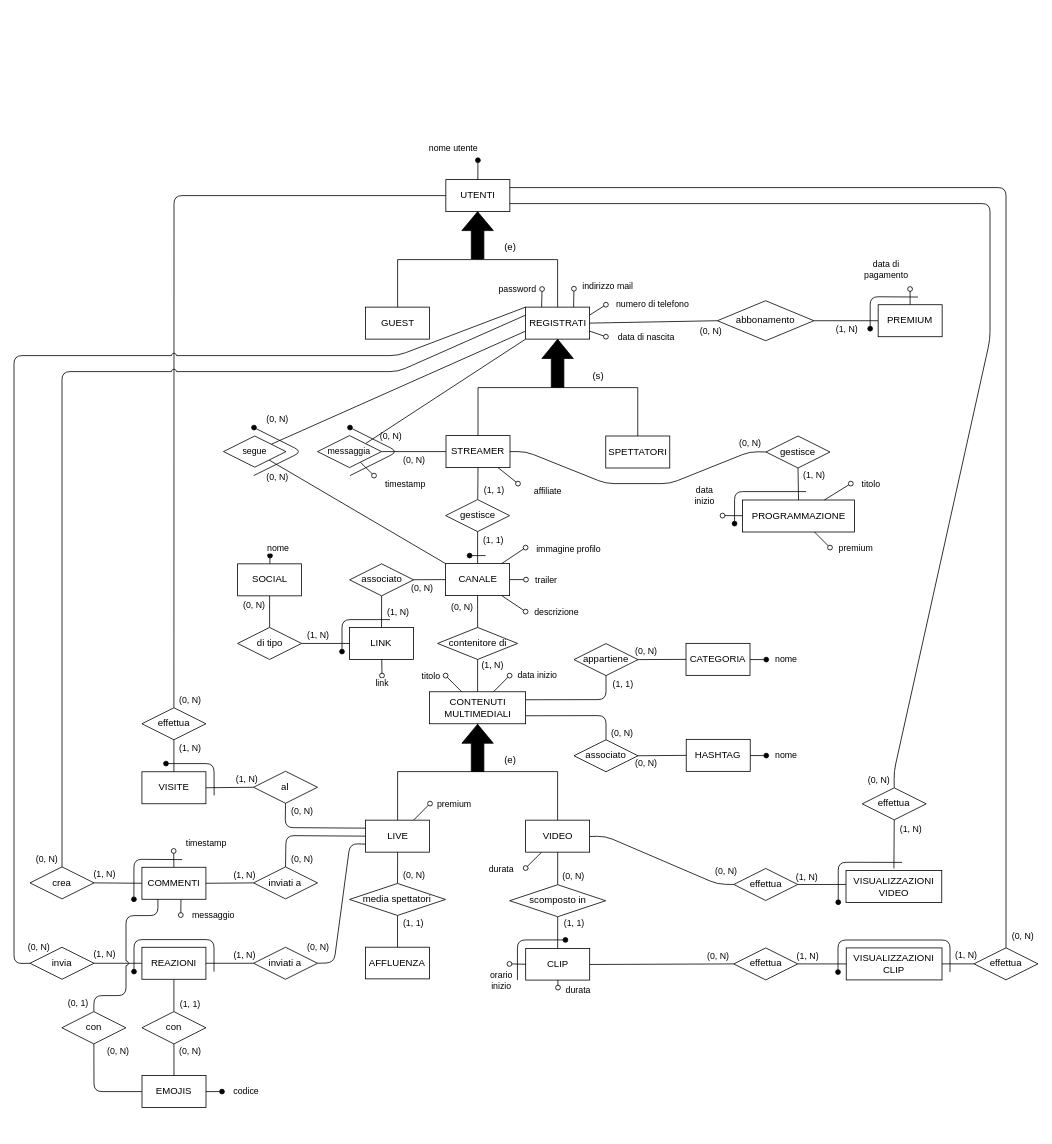
Above: Progetto Esame - DBSperimentazioni A.A. 2023-2024/Diagrammi/1.5 Schema E-R.drawio in Mattron2000/Basi_di_dati (draw.io), before the change. Source tidied: cells renumbered, new cells numbered last; positions are measured from the earlier drawing's top-left corner, leaving out a move shared by most shapes. Both pictures are drawn from the tidied source at 80%, with x=0, y=0 at pixel (14, 160).
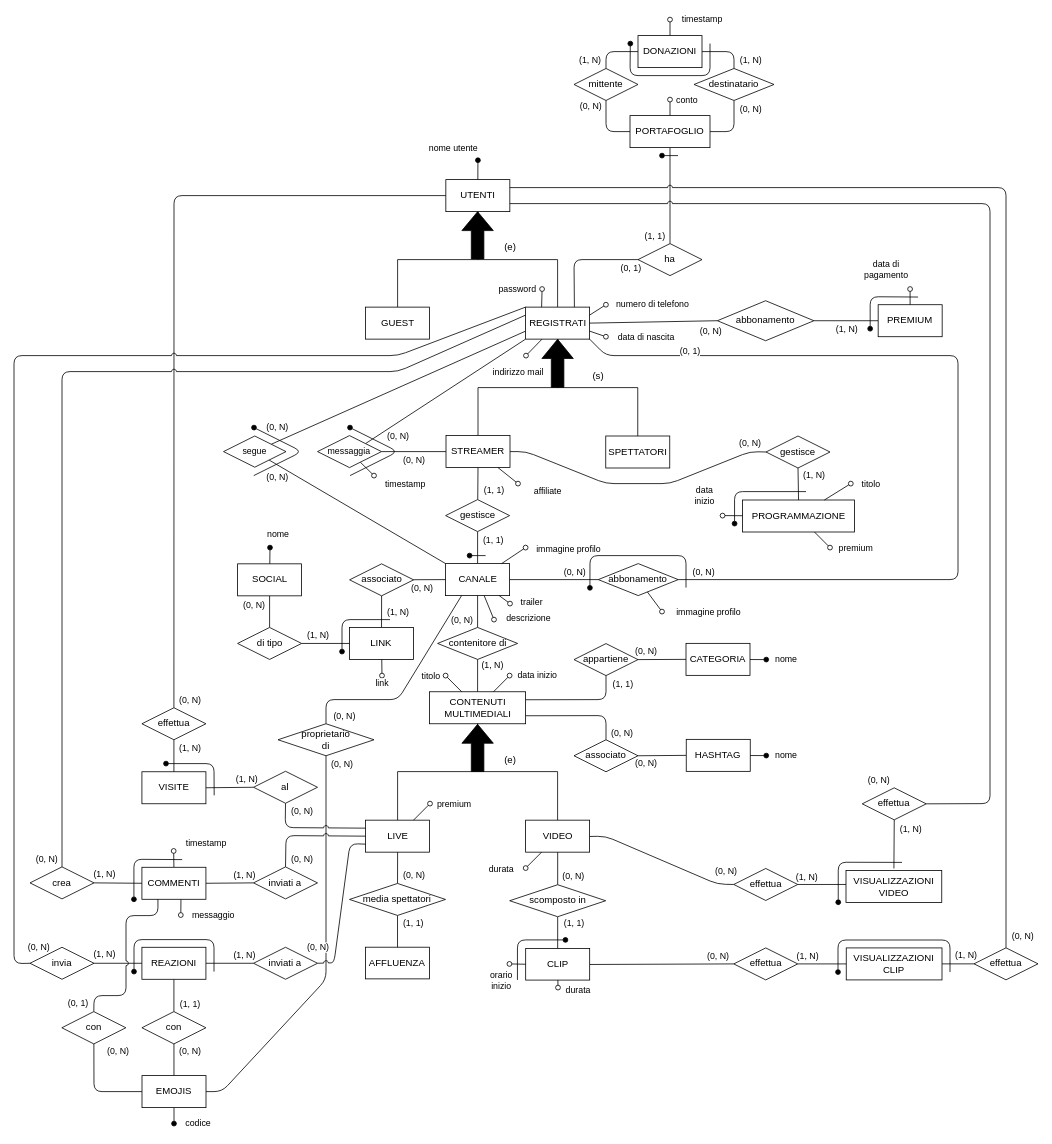
After the change.

Commit message:
Aggiornato mappa concettuale parte 5

Arrivato alla fine del secondo paragrafo del pdf alla pagina 4

The change refers to these unchanged cells:
```xml
<mxCell id="20" value="UTENTI" style="whiteSpace=wrap;html=1;" parent="1" vertex="1">
  <mxGeometry x="539.8" y="24" width="80" height="40" as="geometry" />
</mxCell>
<mxCell id="23" value="REGISTRATI" style="whiteSpace=wrap;html=1;" parent="1" vertex="1">
  <mxGeometry x="639.5" y="183.4" width="80" height="40" as="geometry" />
</mxCell>
<mxCell id="41" value="abbonamento" style="rhombus;whiteSpace=wrap;html=1;" parent="1" vertex="1">
  <mxGeometry x="879.2" y="175.4" width="120.7" height="50" as="geometry" />
</mxCell>
<mxCell id="63" style="edgeStyle=none;shape=connector;rounded=0;jumpStyle=arc;html=1;exitX=0;exitY=0;exitDx=0;exitDy=0;labelBackgroundColor=default;strokeColor=default;fontFamily=Helvetica;fontSize=11;fontColor=default;endArrow=none;endFill=0;elbow=vertical;" parent="1" edge="1" source="65" target="73">
  <mxGeometry relative="1" as="geometry" />
</mxCell>
<mxCell id="65" value="CANALE" style="rounded=0;whiteSpace=wrap;html=1;" parent="1" vertex="1">
  <mxGeometry x="539.5" y="504" width="80" height="40" as="geometry" />
</mxCell>
<mxCell id="88" value="SOCIAL" style="rounded=0;whiteSpace=wrap;html=1;" parent="1" vertex="1">
  <mxGeometry x="279.5" y="504.3" width="80" height="40" as="geometry" />
</mxCell>
<mxCell id="92" style="edgeStyle=none;shape=connector;rounded=1;fillStyle=auto;html=1;labelBackgroundColor=default;strokeColor=default;strokeWidth=1;fontFamily=Helvetica;fontSize=11;fontColor=default;endArrow=none;startSize=6;endSize=6;fillColor=#000000;entryX=0.5;entryY=0;entryDx=0;entryDy=0;exitX=0.5;exitY=1;exitDx=0;exitDy=0;" parent="1" edge="1" source="65" target="94">
  <mxGeometry relative="1" as="geometry" />
</mxCell>
<mxCell id="106" value="LIVE" style="whiteSpace=wrap;html=1;" parent="1" vertex="1">
  <mxGeometry x="439.5" y="824.7" width="80" height="40" as="geometry" />
</mxCell>
<mxCell id="113" value="al" style="rhombus;whiteSpace=wrap;html=1;" parent="1" vertex="1">
  <mxGeometry x="299.4" y="763.6" width="80" height="40" as="geometry" />
</mxCell>
<mxCell id="126" value="inviati a" style="rhombus;whiteSpace=wrap;html=1;" parent="1" vertex="1">
  <mxGeometry x="299.4" y="883.1" width="80" height="40" as="geometry" />
</mxCell>
<mxCell id="158" value="effettua" style="rhombus;whiteSpace=wrap;html=1;" parent="1" vertex="1">
  <mxGeometry x="1060.3" y="784.3" width="80" height="40" as="geometry" />
</mxCell>
<mxCell id="206" value="EMOJIS" style="whiteSpace=wrap;html=1;rounded=0;" parent="1" vertex="1">
  <mxGeometry x="160" y="1144" width="80" height="40" as="geometry" />
</mxCell>
```

Change to the diagram source:
```diff
@@
+    <mxCell id="210" style="edgeStyle=none;jumpStyle=arc;html=1;endArrow=none;endFill=0;startArrow=none;" parent="1" edge="1" source="231" target="227">
+      <mxGeometry relative="1" as="geometry" />
+    </mxCell>
+    <mxCell id="211" value="(1, 1)" style="edgeLabel;html=1;align=center;verticalAlign=middle;" parent="210" vertex="1">
+      <mxGeometry x="-0.4" y="2" relative="1" as="geometry">
+        <mxPoint x="-18" y="26" as="offset" />
+      </mxGeometry>
+    </mxCell>
@@
-    <mxCell id="35" style="endArrow=oval;html=1;fillStyle=auto;strokeWidth=1;startSize=6;endSize=6;fillColor=#000000;startArrow=none;startFill=0;endFill=0;exitX=0.75;exitY=0;exitDx=0;exitDy=0;" parent="1" edge="1" source="23">
+    <mxCell id="35" style="endArrow=oval;html=1;fillStyle=auto;strokeWidth=1;startSize=6;endSize=6;fillColor=#000000;startArrow=none;startFill=0;endFill=0;" parent="1" edge="1" source="23">
       <mxGeometry relative="1" as="geometry">
-        <mxPoint x="699.9" y="160.4" as="targetPoint" />
+        <mxPoint x="640" y="244" as="targetPoint" />
       </mxGeometry>
     </mxCell>
     <mxCell id="36" value="indirizzo mail" style="edgeLabel;html=1;align=center;verticalAlign=middle;" parent="35" vertex="1">
       <mxGeometry x="0.48" y="1" relative="1" as="geometry">
-        <mxPoint x="43" y="-10" as="offset" />
+        <mxPoint x="-17" y="25" as="offset" />
       </mxGeometry>
     </mxCell>
@@
-    <mxCell id="42" style="endArrow=none;html=1;fillStyle=auto;strokeWidth=1;startSize=6;endSize=6;fillColor=#000000;exitX=0;exitY=0.5;exitDx=0;exitDy=0;entryX=1;entryY=0.5;entryDx=0;entryDy=0;" parent="1" edge="1" source="41" target="23">
+    <mxCell id="42" style="endArrow=none;html=1;fillStyle=auto;strokeWidth=1;startSize=6;endSize=6;fillColor=#000000;exitX=0;exitY=0.5;exitDx=0;exitDy=0;entryX=1;entryY=0.5;entryDx=0;entryDy=0;jumpStyle=arc;" parent="1" edge="1" source="41" target="23">
       <mxGeometry relative="1" as="geometry" />
     </mxCell>
@@
     <mxCell id="50" value="(0, N)" style="edgeLabel;html=1;align=center;verticalAlign=middle;fontSize=11;fontFamily=Helvetica;fontColor=default;" parent="1" vertex="1">
-      <mxGeometry x="470" y="344" as="geometry" />
+      <mxGeometry x="479.5" y="344" as="geometry" />
     </mxCell>
@@
     <mxCell id="64" value="(0, N)" style="edgeLabel;html=1;align=center;verticalAlign=middle;fontSize=11;fontFamily=Helvetica;fontColor=default;" parent="63" vertex="1">
       <mxGeometry x="0.53" y="1" relative="1" as="geometry">
-        <mxPoint x="-41" y="-82" as="offset" />
+        <mxPoint x="-41" y="-72" as="offset" />
       </mxGeometry>
     </mxCell>
+    <mxCell id="212" style="edgeStyle=none;html=1;exitX=0.5;exitY=1;exitDx=0;exitDy=0;endArrow=none;endFill=0;jumpStyle=arc;startArrow=none;" parent="1" edge="1" source="224" target="206">
+      <mxGeometry relative="1" as="geometry">
+        <Array as="points">
+          <mxPoint x="390" y="1024" />
+          <mxPoint x="260" y="1164" />
+        </Array>
+      </mxGeometry>
+    </mxCell>
+    <mxCell id="213" value="(0, N)" style="edgeLabel;html=1;align=center;verticalAlign=middle;" parent="212" vertex="1">
+      <mxGeometry x="-0.93" y="-1" relative="1" as="geometry">
+        <mxPoint x="20" y="-7" as="offset" />
+      </mxGeometry>
+    </mxCell>
@@
     <mxCell id="69" style="endArrow=oval;html=1;fillStyle=auto;strokeWidth=1;startSize=6;endSize=6;fillColor=#000000;startArrow=none;startFill=0;endFill=0;" parent="1" edge="1" source="65">
       <mxGeometry relative="1" as="geometry">
-        <mxPoint x="640" y="524" as="targetPoint" />
+        <mxPoint x="620" y="554" as="targetPoint" />
       </mxGeometry>
     </mxCell>
@@
     <mxCell id="71" style="endArrow=oval;html=1;fillStyle=auto;strokeWidth=1;startSize=6;endSize=6;fillColor=#000000;startArrow=none;startFill=0;endFill=0;" parent="1" edge="1" source="65">
       <mxGeometry relative="1" as="geometry">
-        <mxPoint x="639.5" y="564" as="targetPoint" />
+        <mxPoint x="600" y="574" as="targetPoint" />
       </mxGeometry>
     </mxCell>
@@
     <mxCell id="89" style="endArrow=oval;html=1;fillStyle=auto;strokeWidth=1;startSize=6;endSize=6;fillColor=#000000;startArrow=none;startFill=0;endFill=1;" parent="1" edge="1" source="88">
       <mxGeometry relative="1" as="geometry">
-        <mxPoint x="320" y="494" as="targetPoint" />
+        <mxPoint x="320" y="484" as="targetPoint" />
       </mxGeometry>
     </mxCell>
     <mxCell id="90" value="nome" style="edgeLabel;html=1;align=center;verticalAlign=middle;fontSize=11;fontFamily=Helvetica;fontColor=default;" parent="89" vertex="1">
       <mxGeometry x="0.62" y="-1" relative="1" as="geometry">
-        <mxPoint x="9" y="-12" as="offset" />
+        <mxPoint x="9" y="-22" as="offset" />
       </mxGeometry>
     </mxCell>
@@
     <mxCell id="93" value="(0, N)" style="edgeLabel;html=1;align=center;verticalAlign=middle;fontSize=11;fontFamily=Helvetica;fontColor=default;" parent="92" vertex="1">
       <mxGeometry x="-0.3" relative="1" as="geometry">
-        <mxPoint x="-20" as="offset" />
+        <mxPoint x="-20" y="16" as="offset" />
       </mxGeometry>
     </mxCell>
@@
-    <mxCell id="112" value="&lt;span style=&quot;color: rgb(0, 0, 0); font-family: Helvetica; font-size: 11px; font-style: normal; font-variant-ligatures: normal; font-variant-caps: normal; font-weight: 400; letter-spacing: normal; orphans: 2; text-align: center; text-indent: 0px; text-transform: none; widows: 2; word-spacing: 0px; -webkit-text-stroke-width: 0px; background-color: rgb(255, 255, 255); text-decoration-thickness: initial; text-decoration-style: initial; text-decoration-color: initial; float: none; display: inline !important;&quot;&gt;(0, N)&lt;/span&gt;" style="edgeStyle=none;html=1;endArrow=none;endFill=0;entryX=0;entryY=0.25;entryDx=0;entryDy=0;exitX=0.5;exitY=1;exitDx=0;exitDy=0;" parent="1" edge="1" source="113" target="106">
+    <mxCell id="112" value="&lt;span style=&quot;color: rgb(0, 0, 0); font-family: Helvetica; font-size: 11px; font-style: normal; font-variant-ligatures: normal; font-variant-caps: normal; font-weight: 400; letter-spacing: normal; orphans: 2; text-align: center; text-indent: 0px; text-transform: none; widows: 2; word-spacing: 0px; -webkit-text-stroke-width: 0px; background-color: rgb(255, 255, 255); text-decoration-thickness: initial; text-decoration-style: initial; text-decoration-color: initial; float: none; display: inline !important;&quot;&gt;(0, N)&lt;/span&gt;" style="edgeStyle=none;html=1;endArrow=none;endFill=0;entryX=0;entryY=0.25;entryDx=0;entryDy=0;exitX=0.5;exitY=1;exitDx=0;exitDy=0;jumpStyle=arc;" parent="1" edge="1" source="113" target="106">
       <mxGeometry x="-0.22" y="20" relative="1" as="geometry">
         <Array as="points">
           <mxPoint x="339" y="834" />
         </Array>
       </mxGeometry>
     </mxCell>
@@
-    <mxCell id="125" style="edgeStyle=none;html=1;exitX=0.5;exitY=0;exitDx=0;exitDy=0;entryX=0;entryY=0.5;entryDx=0;entryDy=0;endArrow=none;endFill=0;" parent="1" edge="1" source="126" target="106">
+    <mxCell id="125" style="edgeStyle=none;html=1;exitX=0.5;exitY=0;exitDx=0;exitDy=0;entryX=0;entryY=0.5;entryDx=0;entryDy=0;endArrow=none;endFill=0;jumpStyle=arc;" parent="1" edge="1" source="126" target="106">
       <mxGeometry relative="1" as="geometry">
         <Array as="points">
           <mxPoint x="340" y="844" />
         </Array>
       </mxGeometry>
     </mxCell>
@@
-    <mxCell id="157" style="edgeStyle=none;jumpStyle=arc;html=1;exitX=0.5;exitY=0;exitDx=0;exitDy=0;entryX=1;entryY=0.75;entryDx=0;entryDy=0;endArrow=none;endFill=0;" parent="1" edge="1" source="158" target="20">
+    <mxCell id="157" style="edgeStyle=none;jumpStyle=arc;html=1;exitX=1;exitY=0.5;exitDx=0;exitDy=0;entryX=1;entryY=0.75;entryDx=0;entryDy=0;endArrow=none;endFill=0;" parent="1" edge="1" source="158" target="20">
       <mxGeometry relative="1" as="geometry">
         <Array as="points">
-          <mxPoint x="1100" y="764" />
+          <mxPoint x="1220" y="804" />
           <mxPoint x="1220" y="224" />
           <mxPoint x="1220" y="54" />
         </Array>
       </mxGeometry>
     </mxCell>
@@
     <mxCell id="205" value="codice" style="edgeStyle=none;jumpStyle=arc;html=1;startArrow=none;startFill=0;endArrow=oval;endFill=1;" parent="1" edge="1" source="206">
       <mxGeometry x="1" y="30" relative="1" as="geometry">
-        <mxPoint x="260" y="1164" as="targetPoint" />
-        <mxPoint x="30" y="30" as="offset" />
+        <mxPoint x="200" y="1204" as="targetPoint" />
       </mxGeometry>
     </mxCell>
@@
+    <mxCell id="214" style="edgeStyle=none;shape=connector;rounded=1;fillStyle=auto;html=1;labelBackgroundColor=default;strokeColor=default;strokeWidth=1;fontFamily=Helvetica;fontSize=11;fontColor=default;endArrow=none;startSize=6;endSize=6;fillColor=#000000;entryX=1;entryY=0.5;entryDx=0;entryDy=0;exitX=0;exitY=0.5;exitDx=0;exitDy=0;" parent="1" edge="1" source="218" target="65">
+      <mxGeometry relative="1" as="geometry" />
+    </mxCell>
+    <mxCell id="215" value="(0, N)" style="edgeLabel;html=1;align=center;verticalAlign=middle;fontSize=11;fontFamily=Helvetica;fontColor=default;" parent="214" vertex="1">
+      <mxGeometry x="-0.33" y="1" relative="1" as="geometry">
+        <mxPoint x="7" y="-11" as="offset" />
+      </mxGeometry>
+    </mxCell>
+    <mxCell id="216" style="edgeStyle=none;html=1;exitX=1;exitY=0.5;exitDx=0;exitDy=0;entryX=1;entryY=1;entryDx=0;entryDy=0;endArrow=none;endFill=0;jumpStyle=arc;" parent="1" edge="1" source="218" target="23">
+      <mxGeometry relative="1" as="geometry">
+        <Array as="points">
+          <mxPoint x="1180" y="524" />
+          <mxPoint x="1180" y="244" />
+          <mxPoint x="740" y="244" />
+        </Array>
+      </mxGeometry>
+    </mxCell>
+    <mxCell id="217" value="(0, N)" style="edgeLabel;html=1;align=center;verticalAlign=middle;" parent="216" vertex="1">
+      <mxGeometry x="-0.95" y="1" relative="1" as="geometry">
+        <mxPoint x="4" y="-9" as="offset" />
+      </mxGeometry>
+    </mxCell>
+    <mxCell id="218" value="abbonamento" style="rhombus;whiteSpace=wrap;html=1;" parent="1" vertex="1">
+      <mxGeometry x="730.3" y="504" width="100" height="40" as="geometry" />
+    </mxCell>
+    <mxCell id="219" style="endArrow=oval;html=1;fillStyle=auto;strokeWidth=1;startSize=6;endSize=6;fillColor=#000000;startArrow=none;startFill=0;endFill=0;" parent="1" edge="1" source="218">
+      <mxGeometry relative="1" as="geometry">
+        <mxPoint x="810" y="564" as="targetPoint" />
+      </mxGeometry>
+    </mxCell>
+    <mxCell id="220" value="immagine profilo" style="edgeLabel;html=1;align=center;verticalAlign=middle;" parent="219" vertex="1">
+      <mxGeometry x="0.48" y="1" relative="1" as="geometry">
+        <mxPoint x="61" y="7" as="offset" />
+      </mxGeometry>
+    </mxCell>
+    <mxCell id="221" style="endArrow=oval;html=1;fillStyle=auto;strokeWidth=1;startSize=6;endSize=6;fillColor=#000000;startArrow=none;startFill=0;endFill=1;" parent="1" edge="1">
+      <mxGeometry relative="1" as="geometry">
+        <mxPoint x="840" y="534" as="sourcePoint" />
+        <mxPoint x="719.9" y="534.3" as="targetPoint" />
+        <Array as="points">
+          <mxPoint x="840" y="494" />
+          <mxPoint x="720" y="494" />
+        </Array>
+      </mxGeometry>
+    </mxCell>
+    <mxCell id="222" style="edgeStyle=none;html=1;exitX=0.25;exitY=1;exitDx=0;exitDy=0;endArrow=none;endFill=0;jumpStyle=arc;" parent="1" edge="1" source="65" target="224">
+      <mxGeometry relative="1" as="geometry">
+        <Array as="points">
+          <mxPoint x="480" y="674" />
+          <mxPoint x="390" y="674" />
+        </Array>
+      </mxGeometry>
+    </mxCell>
+    <mxCell id="223" value="(0, N)" style="edgeLabel;html=1;align=center;verticalAlign=middle;" parent="222" vertex="1">
+      <mxGeometry x="0.42" y="-3" relative="1" as="geometry">
+        <mxPoint x="-26" y="23" as="offset" />
+      </mxGeometry>
+    </mxCell>
+    <mxCell id="224" value="proprietario&lt;br&gt;di" style="rhombus;whiteSpace=wrap;html=1;" parent="1" vertex="1">
+      <mxGeometry x="330" y="704.2" width="120" height="40" as="geometry" />
+    </mxCell>
+    <mxCell id="225" style="edgeStyle=none;jumpStyle=arc;html=1;exitX=1;exitY=0.5;exitDx=0;exitDy=0;entryX=0.5;entryY=1;entryDx=0;entryDy=0;endArrow=none;endFill=0;" parent="1" edge="1" source="227" target="237">
+      <mxGeometry relative="1" as="geometry">
+        <Array as="points">
+          <mxPoint x="900" y="-36" />
+        </Array>
+      </mxGeometry>
+    </mxCell>
+    <mxCell id="226" value="(0, N)" style="edgeLabel;html=1;align=center;verticalAlign=middle;" parent="225" vertex="1">
+      <mxGeometry x="0.78" y="1" relative="1" as="geometry">
+        <mxPoint x="21" y="2" as="offset" />
+      </mxGeometry>
+    </mxCell>
+    <mxCell id="227" value="PORTAFOGLIO" style="whiteSpace=wrap;html=1;" parent="1" vertex="1">
+      <mxGeometry x="770" y="-56" width="100" height="40" as="geometry" />
+    </mxCell>
+    <mxCell id="228" style="edgeStyle=none;jumpStyle=arc;html=1;exitX=0.75;exitY=0;exitDx=0;exitDy=0;endArrow=none;endFill=0;" parent="1" edge="1" target="231">
+      <mxGeometry relative="1" as="geometry">
+        <mxPoint x="700.5" y="183.4" as="sourcePoint" />
+        <Array as="points">
+          <mxPoint x="700" y="124" />
+        </Array>
+      </mxGeometry>
+    </mxCell>
+    <mxCell id="229" value="(0, 1)" style="edgeLabel;html=1;align=center;verticalAlign=middle;" parent="228" vertex="1">
+      <mxGeometry x="0.91" y="2" relative="1" as="geometry">
+        <mxPoint x="71" y="116" as="offset" />
+      </mxGeometry>
+    </mxCell>
+    <mxCell id="230" value="(0, 1)" style="edgeLabel;html=1;align=center;verticalAlign=middle;" parent="228" vertex="1">
+      <mxGeometry x="0.66" y="2" relative="1" as="geometry">
+        <mxPoint x="14" y="12" as="offset" />
+      </mxGeometry>
+    </mxCell>
+    <mxCell id="231" value="ha" style="rhombus;whiteSpace=wrap;html=1;" parent="1" vertex="1">
+      <mxGeometry x="780" y="104" width="80" height="40" as="geometry" />
+    </mxCell>
+    <mxCell id="232" style="endArrow=oval;html=1;fillStyle=auto;strokeWidth=1;startSize=6;endSize=6;fillColor=#000000;startArrow=none;startFill=0;endFill=0;" parent="1" edge="1" source="227">
+      <mxGeometry relative="1" as="geometry">
+        <mxPoint x="820" y="-76" as="targetPoint" />
+      </mxGeometry>
+    </mxCell>
+    <mxCell id="233" value="conto" style="edgeLabel;html=1;align=center;verticalAlign=middle;" parent="232" vertex="1">
+      <mxGeometry x="0.48" y="1" relative="1" as="geometry">
+        <mxPoint x="21" y="-5" as="offset" />
+      </mxGeometry>
+    </mxCell>
+    <mxCell id="234" style="edgeStyle=none;jumpStyle=arc;html=1;exitX=1;exitY=0.5;exitDx=0;exitDy=0;entryX=0.5;entryY=0;entryDx=0;entryDy=0;endArrow=none;endFill=0;" parent="1" edge="1" source="236" target="237">
+      <mxGeometry relative="1" as="geometry">
+        <Array as="points">
+          <mxPoint x="900" y="-136" />
+        </Array>
+      </mxGeometry>
+    </mxCell>
+    <mxCell id="235" value="(1, N)" style="edgeLabel;html=1;align=center;verticalAlign=middle;" parent="234" vertex="1">
+      <mxGeometry x="-0.01" y="-1" relative="1" as="geometry">
+        <mxPoint x="30" y="9" as="offset" />
+      </mxGeometry>
+    </mxCell>
+    <mxCell id="236" value="DONAZIONI" style="whiteSpace=wrap;html=1;" parent="1" vertex="1">
+      <mxGeometry x="780" y="-156" width="80" height="40" as="geometry" />
+    </mxCell>
+    <mxCell id="237" value="destinatario" style="rhombus;whiteSpace=wrap;html=1;" parent="1" vertex="1">
+      <mxGeometry x="850" y="-114.9" width="100" height="40" as="geometry" />
+    </mxCell>
+    <mxCell id="238" style="endArrow=oval;html=1;fillStyle=auto;strokeWidth=1;startSize=6;endSize=6;fillColor=#000000;startArrow=none;startFill=0;endFill=1;jumpStyle=none;" parent="1" edge="1">
+      <mxGeometry relative="1" as="geometry">
+        <mxPoint x="830" y="-6" as="sourcePoint" />
+        <mxPoint x="810" y="-6" as="targetPoint" />
+      </mxGeometry>
+    </mxCell>
+    <mxCell id="239" style="edgeStyle=none;jumpStyle=arc;html=1;exitX=0.5;exitY=1;exitDx=0;exitDy=0;entryX=0;entryY=0.5;entryDx=0;entryDy=0;endArrow=none;endFill=0;" parent="1" edge="1" source="244" target="227">
+      <mxGeometry relative="1" as="geometry">
+        <Array as="points">
+          <mxPoint x="740" y="-36" />
+        </Array>
+      </mxGeometry>
+    </mxCell>
+    <mxCell id="240" style="edgeLabel;html=1;align=center;verticalAlign=middle;" parent="239" vertex="1">
+      <mxGeometry x="-0.73" y="-1" relative="1" as="geometry" />
+    </mxCell>
+    <mxCell id="241" value="(0, N)" style="edgeLabel;html=1;align=center;verticalAlign=middle;" parent="239" vertex="1">
+      <mxGeometry x="-0.68" relative="1" as="geometry">
+        <mxPoint x="-20" y="-5" as="offset" />
+      </mxGeometry>
+    </mxCell>
+    <mxCell id="242" style="edgeStyle=none;jumpStyle=arc;html=1;exitX=0.5;exitY=0;exitDx=0;exitDy=0;entryX=0;entryY=0.5;entryDx=0;entryDy=0;endArrow=none;endFill=0;" parent="1" edge="1" source="244" target="236">
+      <mxGeometry relative="1" as="geometry">
+        <Array as="points">
+          <mxPoint x="740" y="-136" />
+        </Array>
+      </mxGeometry>
+    </mxCell>
+    <mxCell id="243" value="(1, N)" style="edgeLabel;html=1;align=center;verticalAlign=middle;" parent="242" vertex="1">
+      <mxGeometry x="-0.47" y="-1" relative="1" as="geometry">
+        <mxPoint x="-22" y="5" as="offset" />
+      </mxGeometry>
+    </mxCell>
+    <mxCell id="244" value="mittente" style="rhombus;whiteSpace=wrap;html=1;" parent="1" vertex="1">
+      <mxGeometry x="700" y="-114.9" width="80" height="40" as="geometry" />
+    </mxCell>
+    <mxCell id="245" value="timestamp" style="endArrow=oval;html=1;fillStyle=auto;strokeWidth=1;startSize=6;endSize=6;fillColor=#000000;startArrow=none;startFill=0;endFill=0;" parent="1" edge="1" source="236">
+      <mxGeometry x="1" y="-40" relative="1" as="geometry">
+        <mxPoint x="820" y="-176" as="targetPoint" />
+      </mxGeometry>
+    </mxCell>
+    <mxCell id="246" style="endArrow=oval;html=1;fillStyle=auto;strokeWidth=1;startSize=6;endSize=6;fillColor=#000000;startArrow=none;startFill=0;endFill=1;jumpStyle=none;" parent="1" edge="1">
+      <mxGeometry relative="1" as="geometry">
+        <mxPoint x="870" y="-146" as="sourcePoint" />
+        <mxPoint x="770.4" y="-146" as="targetPoint" />
+        <Array as="points">
+          <mxPoint x="870" y="-106" />
+          <mxPoint x="770" y="-106" />
+        </Array>
+      </mxGeometry>
+    </mxCell>
```
